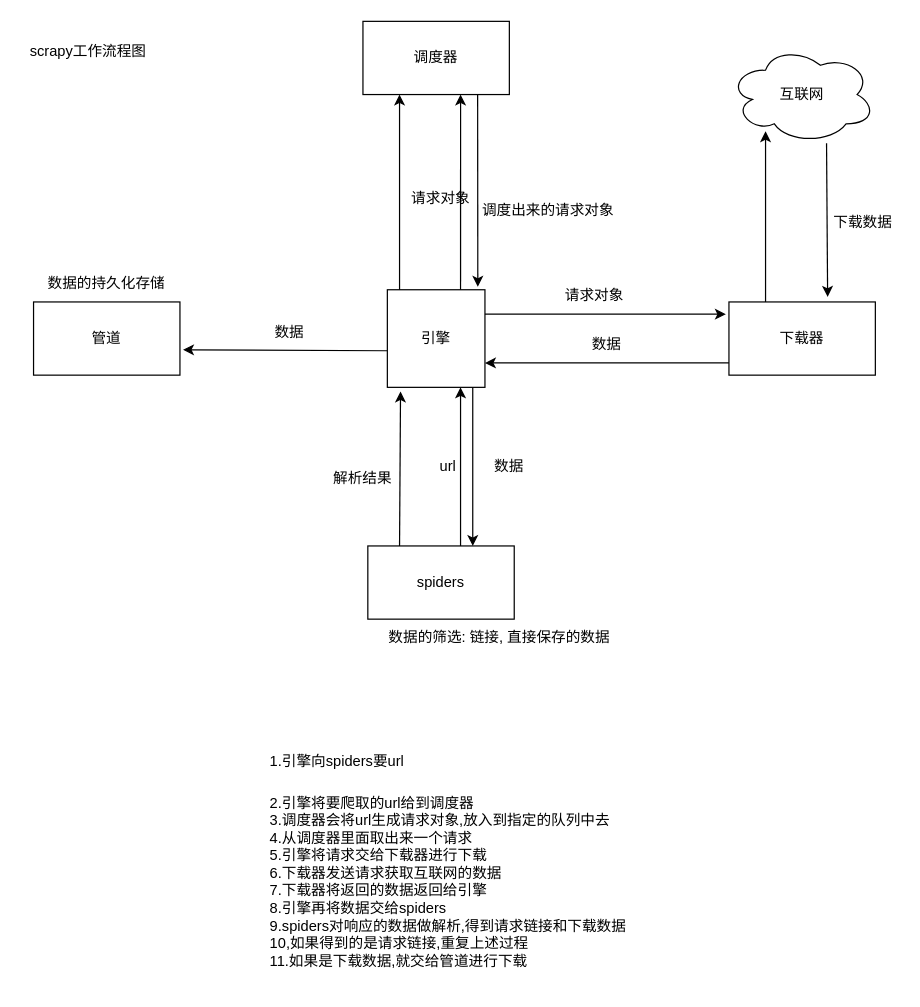
The draw.io diagram scrapy01.drawio in xp-bear/drawio, before the edit. Source tidied: cells renumbered, new cells numbered last; positions are measured from the earlier drawing's top-left corner, leaving out a move shared by most shapes. Both pictures are drawn from the tidied source at 122%, with x=0, y=0 at pixel (21, 21).
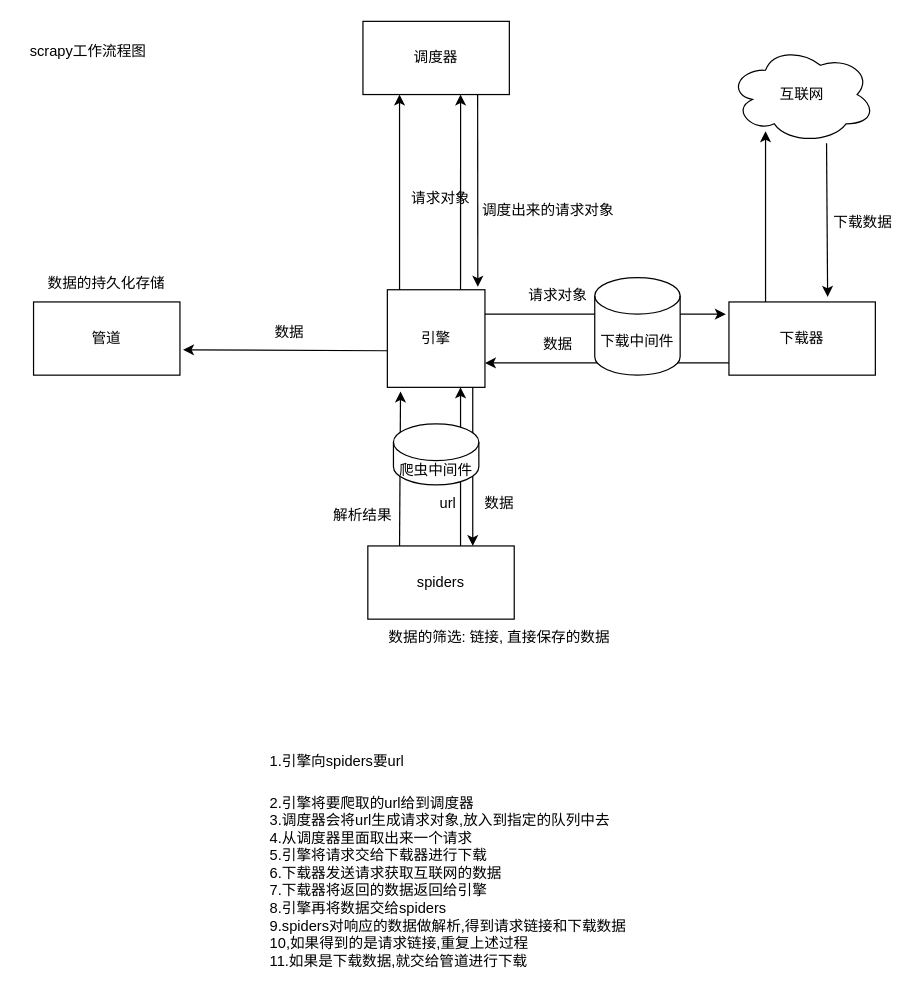
Above is the later version.

The edit, as a diff of the source:
```diff
@@
     <mxCell id="9" value="url" style="text;html=1;strokeColor=none;fillColor=none;align=center;verticalAlign=middle;whiteSpace=wrap;rounded=0;" parent="1" vertex="1">
-      <mxGeometry x="320" y="350" width="60" height="30" as="geometry" />
+      <mxGeometry x="320" y="380" width="60" height="30" as="geometry" />
     </mxCell>
@@
     <mxCell id="16" value="请求对象" style="text;html=1;strokeColor=none;fillColor=none;align=center;verticalAlign=middle;whiteSpace=wrap;rounded=0;" parent="1" vertex="1">
-      <mxGeometry x="440" y="210" width="60" height="30" as="geometry" />
+      <mxGeometry x="410" y="210" width="60" height="30" as="geometry" />
     </mxCell>
@@
     <mxCell id="21" value="数据" style="text;html=1;strokeColor=none;fillColor=none;align=center;verticalAlign=middle;whiteSpace=wrap;rounded=0;" parent="1" vertex="1">
-      <mxGeometry x="450" y="250" width="60" height="30" as="geometry" />
+      <mxGeometry x="410" y="250" width="60" height="30" as="geometry" />
     </mxCell>
@@
     <mxCell id="23" value="数据" style="text;html=1;strokeColor=none;fillColor=none;align=center;verticalAlign=middle;whiteSpace=wrap;rounded=0;" parent="1" vertex="1">
-      <mxGeometry x="370" y="350" width="60" height="30" as="geometry" />
+      <mxGeometry x="362" y="380" width="60" height="30" as="geometry" />
     </mxCell>
@@
     <mxCell id="26" value="解析结果" style="text;html=1;strokeColor=none;fillColor=none;align=center;verticalAlign=middle;whiteSpace=wrap;rounded=0;" parent="1" vertex="1">
-      <mxGeometry x="250" y="360" width="60" height="30" as="geometry" />
+      <mxGeometry x="250" y="390" width="60" height="30" as="geometry" />
     </mxCell>
@@
+    <mxCell id="32" value="下载中间件" style="shape=cylinder3;whiteSpace=wrap;html=1;boundedLbl=1;backgroundOutline=1;size=15;" parent="1" vertex="1">
+      <mxGeometry x="470" y="210" width="70" height="80" as="geometry" />
+    </mxCell>
+    <mxCell id="33" value="爬虫中间件" style="shape=cylinder3;whiteSpace=wrap;html=1;boundedLbl=1;backgroundOutline=1;size=15;" parent="1" vertex="1">
+      <mxGeometry x="305" y="330" width="70" height="50" as="geometry" />
+    </mxCell>
```
